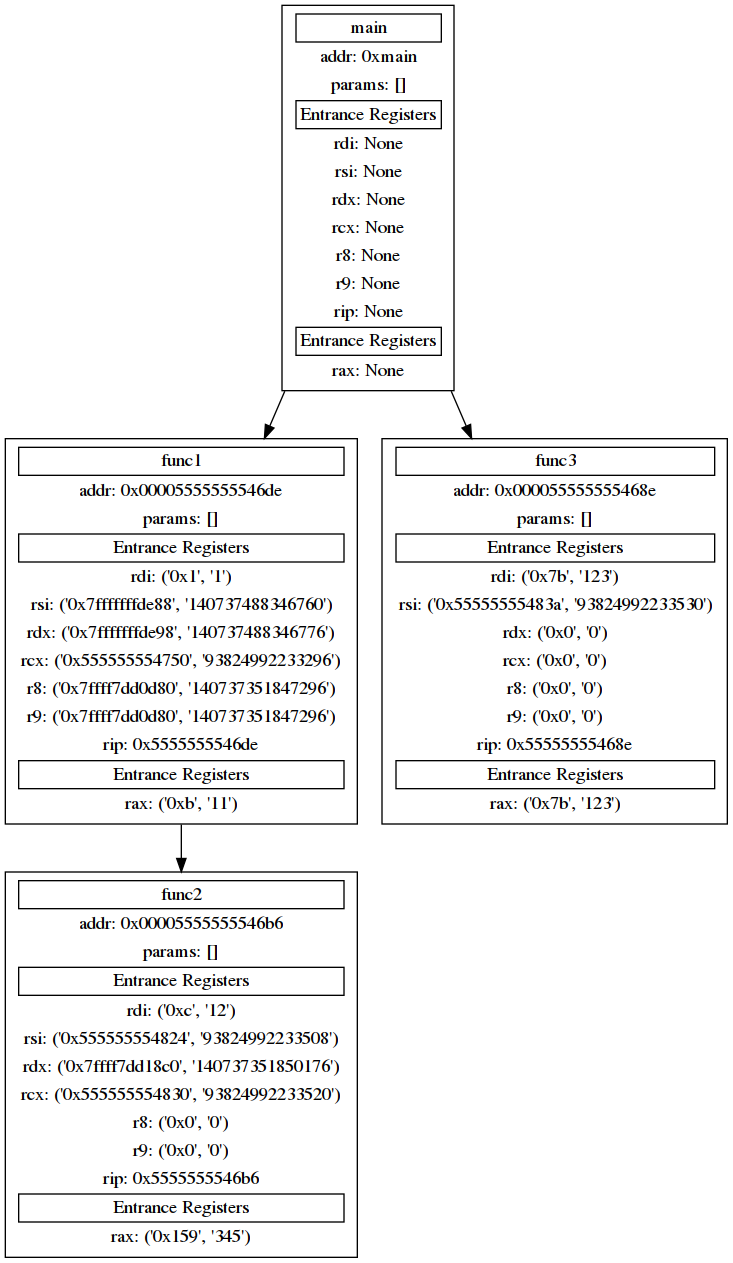
The Graphviz diagram Out/result.gv.png in cty123/CS527-Final-Project, before a commit. Its source is kept beside it as Out/result.gv.
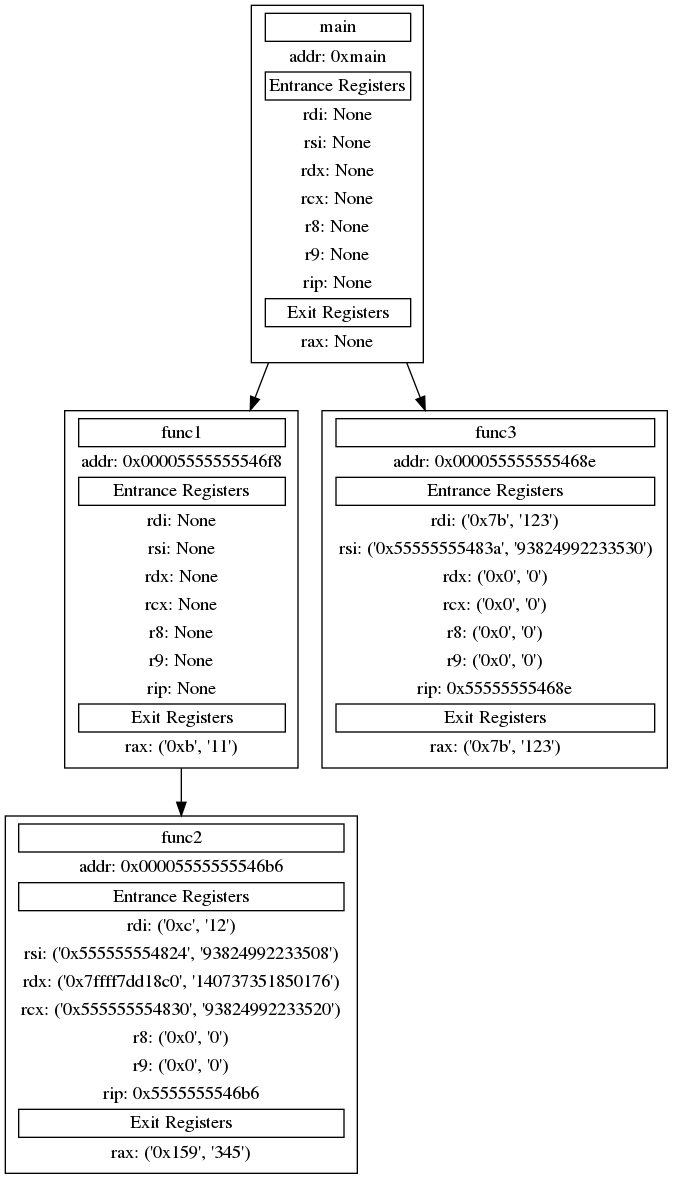
Above is the later version.

The edit, as a diff of the source:
```diff
@@ -3,7 +3,6 @@
     <table border="0">
         <tr><td align="text" border="1">main</td></tr>
         <tr><td align="text">addr: 0xmain</td></tr>
-        <tr><td align="text">params: []</td></tr>
         <tr><td align="text" border="1">Entrance Registers</td></tr>
         <tr><td align="text">rdi: None</td></tr>
         <tr><td align="text">rsi: None</td></tr>
@@ -12,24 +11,23 @@
         <tr><td align="text">r8: None</td></tr>
         <tr><td align="text">r9: None</td></tr>
         <tr><td align="text">rip: None</td></tr>
-        <tr><td align="text" border="1">Entrance Registers</td></tr>
+        <tr><td align="text" border="1">Exit Registers</td></tr>
         <tr><td align="text">rax: None</td></tr>
     </table>
     > shape=box]
 	main_0xmain_1 [label=<
     <table border="0">
         <tr><td align="text" border="1">func1</td></tr>
-        <tr><td align="text">addr: 0x00005555555546de</td></tr>
-        <tr><td align="text">params: []</td></tr>
+        <tr><td align="text">addr: 0x00005555555546f8</td></tr>
         <tr><td align="text" border="1">Entrance Registers</td></tr>
-        <tr><td align="text">rdi: ('0x1', '1')</td></tr>
-        <tr><td align="text">rsi: ('0x7fffffffde88', '140737488346760')</td></tr>
-        <tr><td align="text">rdx: ('0x7fffffffde98', '140737488346776')</td></tr>
-        <tr><td align="text">rcx: ('0x555555554750', '93824992233296')</td></tr>
-        <tr><td align="text">r8: ('0x7ffff7dd0d80', '140737351847296')</td></tr>
-        <tr><td align="text">r9: ('0x7ffff7dd0d80', '140737351847296')</td></tr>
-        <tr><td align="text">rip: 0x5555555546de</td></tr>
-        <tr><td align="text" border="1">Entrance Registers</td></tr>
+        <tr><td align="text">rdi: None</td></tr>
+        <tr><td align="text">rsi: None</td></tr>
+        <tr><td align="text">rdx: None</td></tr>
+        <tr><td align="text">rcx: None</td></tr>
+        <tr><td align="text">r8: None</td></tr>
+        <tr><td align="text">r9: None</td></tr>
+        <tr><td align="text">rip: None</td></tr>
+        <tr><td align="text" border="1">Exit Registers</td></tr>
         <tr><td align="text">rax: ('0xb', '11')</td></tr>
     </table>
     > shape=box]
@@ -38,7 +36,6 @@
     <table border="0">
         <tr><td align="text" border="1">func3</td></tr>
         <tr><td align="text">addr: 0x000055555555468e</td></tr>
-        <tr><td align="text">params: []</td></tr>
         <tr><td align="text" border="1">Entrance Registers</td></tr>
         <tr><td align="text">rdi: ('0x7b', '123')</td></tr>
         <tr><td align="text">rsi: ('0x55555555483a', '93824992233530')</td></tr>
@@ -47,16 +44,15 @@
         <tr><td align="text">r8: ('0x0', '0')</td></tr>
         <tr><td align="text">r9: ('0x0', '0')</td></tr>
         <tr><td align="text">rip: 0x55555555468e</td></tr>
-        <tr><td align="text" border="1">Entrance Registers</td></tr>
+        <tr><td align="text" border="1">Exit Registers</td></tr>
         <tr><td align="text">rax: ('0x7b', '123')</td></tr>
     </table>
     > shape=box]
 	main -> main_0xmain_2
-	func1_0x00005555555546de_3 [label=<
+	func1_0x00005555555546f8_3 [label=<
     <table border="0">
         <tr><td align="text" border="1">func2</td></tr>
         <tr><td align="text">addr: 0x00005555555546b6</td></tr>
-        <tr><td align="text">params: []</td></tr>
         <tr><td align="text" border="1">Entrance Registers</td></tr>
         <tr><td align="text">rdi: ('0xc', '12')</td></tr>
         <tr><td align="text">rsi: ('0x555555554824', '93824992233508')</td></tr>
@@ -65,9 +61,9 @@
         <tr><td align="text">r8: ('0x0', '0')</td></tr>
         <tr><td align="text">r9: ('0x0', '0')</td></tr>
         <tr><td align="text">rip: 0x5555555546b6</td></tr>
-        <tr><td align="text" border="1">Entrance Registers</td></tr>
+        <tr><td align="text" border="1">Exit Registers</td></tr>
         <tr><td align="text">rax: ('0x159', '345')</td></tr>
     </table>
     > shape=box]
-	main_0xmain_1 -> func1_0x00005555555546de_3
+	main_0xmain_1 -> func1_0x00005555555546f8_3
 }
```
